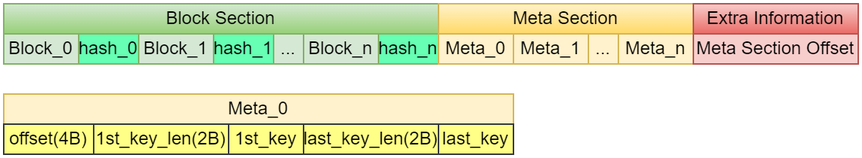
Before: src/images/lab3/SST.drawio.png, a diagram exported from draw.io (edidada/tiny-lsm). Source tidied: cells renumbered, new cells last; positions are measured from the earlier drawing's top-left corner, leaving out a move shared by most shapes. Source of this version:
```xml
<mxGraphModel>
  <root>
    <mxCell id="0" />
    <mxCell id="1" parent="0" />
    <mxCell id="2" value="&lt;div&gt;Block Section&lt;/div&gt;" style="rounded=0;whiteSpace=wrap;html=1;fillColor=#d5e8d4;strokeColor=#82b366;gradientColor=#97d077;" parent="1" vertex="1">
      <mxGeometry width="290" height="20" as="geometry" />
    </mxCell>
    <mxCell id="3" value="&lt;div&gt;Meta Section&lt;/div&gt;" style="rounded=0;whiteSpace=wrap;html=1;fillColor=#fff2cc;strokeColor=#d6b656;gradientColor=#ffd966;" parent="1" vertex="1">
      <mxGeometry x="290" width="170" height="20" as="geometry" />
    </mxCell>
    <mxCell id="4" value="&lt;div&gt;Block_0&lt;/div&gt;" style="rounded=0;whiteSpace=wrap;html=1;fillColor=#d5e8d4;strokeColor=#82b366;" parent="1" vertex="1">
      <mxGeometry y="20" width="50" height="20" as="geometry" />
    </mxCell>
    <mxCell id="5" value="&lt;div&gt;hash_0&lt;/div&gt;" style="rounded=0;whiteSpace=wrap;html=1;fillColor=#66FFB3;strokeColor=#82b366;" parent="1" vertex="1">
      <mxGeometry x="50" y="20" width="40" height="20" as="geometry" />
    </mxCell>
    <mxCell id="6" value="&lt;div&gt;Block_1&lt;/div&gt;" style="rounded=0;whiteSpace=wrap;html=1;fillColor=#d5e8d4;strokeColor=#82b366;" parent="1" vertex="1">
      <mxGeometry x="90" y="20" width="50" height="20" as="geometry" />
    </mxCell>
    <mxCell id="7" value="&lt;div&gt;hash_1&lt;/div&gt;" style="rounded=0;whiteSpace=wrap;html=1;fillColor=#66FFB3;strokeColor=#82b366;" parent="1" vertex="1">
      <mxGeometry x="140" y="20" width="40" height="20" as="geometry" />
    </mxCell>
    <mxCell id="8" value="&lt;div&gt;...&lt;/div&gt;" style="rounded=0;whiteSpace=wrap;html=1;fillColor=#d5e8d4;strokeColor=#82b366;" parent="1" vertex="1">
      <mxGeometry x="180" y="20" width="20" height="20" as="geometry" />
    </mxCell>
    <mxCell id="9" value="&lt;div&gt;Block_n&lt;/div&gt;" style="rounded=0;whiteSpace=wrap;html=1;fillColor=#d5e8d4;strokeColor=#82b366;" parent="1" vertex="1">
      <mxGeometry x="200" y="20" width="50" height="20" as="geometry" />
    </mxCell>
    <mxCell id="10" value="&lt;div&gt;hash_n&lt;/div&gt;" style="rounded=0;whiteSpace=wrap;html=1;fillColor=#66FFB3;strokeColor=#82b366;" parent="1" vertex="1">
      <mxGeometry x="250" y="20" width="40" height="20" as="geometry" />
    </mxCell>
    <mxCell id="11" value="&lt;div&gt;Meta_0&lt;/div&gt;" style="rounded=0;whiteSpace=wrap;html=1;fillColor=#fff2cc;strokeColor=#d6b656;" parent="1" vertex="1">
      <mxGeometry x="290" y="20" width="50" height="20" as="geometry" />
    </mxCell>
    <mxCell id="12" value="&lt;div&gt;Meta_1&lt;/div&gt;" style="rounded=0;whiteSpace=wrap;html=1;fillColor=#fff2cc;strokeColor=#d6b656;" parent="1" vertex="1">
      <mxGeometry x="340" y="20" width="50" height="20" as="geometry" />
    </mxCell>
    <mxCell id="13" value="&lt;div&gt;Meta_n&lt;/div&gt;" style="rounded=0;whiteSpace=wrap;html=1;fillColor=#fff2cc;strokeColor=#d6b656;" parent="1" vertex="1">
      <mxGeometry x="410" y="20" width="50" height="20" as="geometry" />
    </mxCell>
    <mxCell id="14" value="&lt;div&gt;...&lt;/div&gt;" style="rounded=0;whiteSpace=wrap;html=1;fillColor=#fff2cc;strokeColor=#d6b656;" parent="1" vertex="1">
      <mxGeometry x="390" y="20" width="20" height="20" as="geometry" />
    </mxCell>
    <mxCell id="15" value="&lt;div&gt;Extra Information&lt;/div&gt;" style="rounded=0;whiteSpace=wrap;html=1;fillColor=#f8cecc;strokeColor=#b85450;gradientColor=#ea6b66;" parent="1" vertex="1">
      <mxGeometry x="460" width="110" height="20" as="geometry" />
    </mxCell>
    <mxCell id="16" value="Meta Section Offset" style="rounded=0;whiteSpace=wrap;html=1;fillColor=#f8cecc;strokeColor=#b85450;" parent="1" vertex="1">
      <mxGeometry x="460" y="20" width="110" height="20" as="geometry" />
    </mxCell>
    <mxCell id="17" value="&lt;div&gt;Meta_0&lt;/div&gt;" style="rounded=0;whiteSpace=wrap;html=1;fillColor=#fff2cc;strokeColor=#d6b656;" parent="1" vertex="1">
      <mxGeometry y="60" width="340" height="20" as="geometry" />
    </mxCell>
    <mxCell id="18" value="&lt;div&gt;offset(4B)&lt;/div&gt;" style="rounded=0;whiteSpace=wrap;html=1;fillColor=#ffff88;strokeColor=#36393d;" parent="1" vertex="1">
      <mxGeometry y="80" width="60" height="20" as="geometry" />
    </mxCell>
    <mxCell id="19" value="&lt;div&gt;1st_key_len(2B)&lt;/div&gt;" style="rounded=0;whiteSpace=wrap;html=1;fillColor=#ffff88;strokeColor=#36393d;" parent="1" vertex="1">
      <mxGeometry x="60" y="80" width="90" height="20" as="geometry" />
    </mxCell>
    <mxCell id="20" value="&lt;div&gt;1st_key&lt;/div&gt;" style="rounded=0;whiteSpace=wrap;html=1;fillColor=#ffff88;strokeColor=#36393d;" parent="1" vertex="1">
      <mxGeometry x="150" y="80" width="50" height="20" as="geometry" />
    </mxCell>
    <mxCell id="21" value="&lt;div&gt;last_key_len(2B)&lt;/div&gt;" style="rounded=0;whiteSpace=wrap;html=1;fillColor=#ffff88;strokeColor=#36393d;" parent="1" vertex="1">
      <mxGeometry x="200" y="80" width="90" height="20" as="geometry" />
    </mxCell>
    <mxCell id="22" value="&lt;div&gt;last_key&lt;/div&gt;" style="rounded=0;whiteSpace=wrap;html=1;fillColor=#ffff88;strokeColor=#36393d;" parent="1" vertex="1">
      <mxGeometry x="290" y="80" width="50" height="20" as="geometry" />
    </mxCell>
  </root>
</mxGraphModel>
```
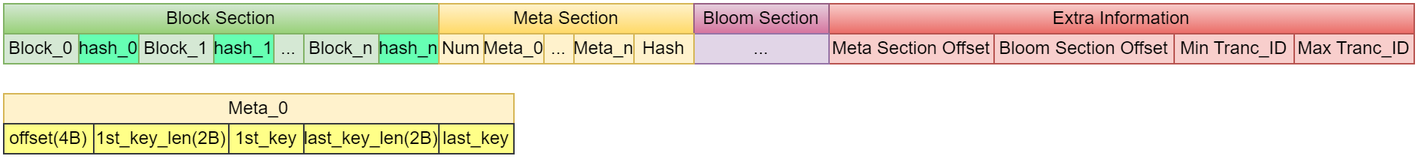
The same file after the commit.

What changed in the source:
```diff
@@ -29,27 +29,27 @@
     <mxCell id="10" value="&lt;div&gt;hash_n&lt;/div&gt;" style="rounded=0;whiteSpace=wrap;html=1;fillColor=#66FFB3;strokeColor=#82b366;" parent="1" vertex="1">
       <mxGeometry x="250" y="20" width="40" height="20" as="geometry" />
     </mxCell>
-    <mxCell id="11" value="&lt;div&gt;Meta_0&lt;/div&gt;" style="rounded=0;whiteSpace=wrap;html=1;fillColor=#fff2cc;strokeColor=#d6b656;" parent="1" vertex="1">
-      <mxGeometry x="290" y="20" width="50" height="20" as="geometry" />
-    </mxCell>
-    <mxCell id="12" value="&lt;div&gt;Meta_1&lt;/div&gt;" style="rounded=0;whiteSpace=wrap;html=1;fillColor=#fff2cc;strokeColor=#d6b656;" parent="1" vertex="1">
-      <mxGeometry x="340" y="20" width="50" height="20" as="geometry" />
-    </mxCell>
+    <mxCell id="23" value="&lt;div&gt;Num&lt;/div&gt;" style="rounded=0;whiteSpace=wrap;html=1;fillColor=#fff2cc;strokeColor=#d6b656;" parent="1" vertex="1">
+      <mxGeometry x="290" y="20" width="30" height="20" as="geometry" />
+    </mxCell>
+    <mxCell id="24" value="&lt;div&gt;Meta_0&lt;/div&gt;" style="rounded=0;whiteSpace=wrap;html=1;fillColor=#fff2cc;strokeColor=#d6b656;" parent="1" vertex="1">
+      <mxGeometry x="320" y="20" width="40" height="20" as="geometry" />
+    </mxCell>
     <mxCell id="13" value="&lt;div&gt;Meta_n&lt;/div&gt;" style="rounded=0;whiteSpace=wrap;html=1;fillColor=#fff2cc;strokeColor=#d6b656;" parent="1" vertex="1">
-      <mxGeometry x="410" y="20" width="50" height="20" as="geometry" />
+      <mxGeometry x="380" y="20" width="40" height="20" as="geometry" />
     </mxCell>
     <mxCell id="14" value="&lt;div&gt;...&lt;/div&gt;" style="rounded=0;whiteSpace=wrap;html=1;fillColor=#fff2cc;strokeColor=#d6b656;" parent="1" vertex="1">
-      <mxGeometry x="390" y="20" width="20" height="20" as="geometry" />
+      <mxGeometry x="360" y="20" width="20" height="20" as="geometry" />
     </mxCell>
     <mxCell id="15" value="&lt;div&gt;Extra Information&lt;/div&gt;" style="rounded=0;whiteSpace=wrap;html=1;fillColor=#f8cecc;strokeColor=#b85450;gradientColor=#ea6b66;" parent="1" vertex="1">
-      <mxGeometry x="460" width="110" height="20" as="geometry" />
+      <mxGeometry x="550" width="390" height="20" as="geometry" />
     </mxCell>
     <mxCell id="16" value="Meta Section Offset" style="rounded=0;whiteSpace=wrap;html=1;fillColor=#f8cecc;strokeColor=#b85450;" parent="1" vertex="1">
-      <mxGeometry x="460" y="20" width="110" height="20" as="geometry" />
+      <mxGeometry x="550" y="20" width="110" height="20" as="geometry" />
     </mxCell>
-    <mxCell id="17" value="&lt;div&gt;Meta_0&lt;/div&gt;" style="rounded=0;whiteSpace=wrap;html=1;fillColor=#fff2cc;strokeColor=#d6b656;" parent="1" vertex="1">
-      <mxGeometry y="60" width="340" height="20" as="geometry" />
-    </mxCell>
+    <mxCell id="25" value="&lt;div&gt;Meta_0&lt;/div&gt;" style="rounded=0;whiteSpace=wrap;html=1;fillColor=#fff2cc;strokeColor=#d6b656;" parent="1" vertex="1">
+      <mxGeometry y="60" width="340" height="20" as="geometry" />
+    </mxCell>
     <mxCell id="18" value="&lt;div&gt;offset(4B)&lt;/div&gt;" style="rounded=0;whiteSpace=wrap;html=1;fillColor=#ffff88;strokeColor=#36393d;" parent="1" vertex="1">
       <mxGeometry y="80" width="60" height="20" as="geometry" />
     </mxCell>
@@ -65,5 +65,23 @@
     <mxCell id="22" value="&lt;div&gt;last_key&lt;/div&gt;" style="rounded=0;whiteSpace=wrap;html=1;fillColor=#ffff88;strokeColor=#36393d;" parent="1" vertex="1">
       <mxGeometry x="290" y="80" width="50" height="20" as="geometry" />
     </mxCell>
+    <mxCell id="26" value="Bloom Section Offset" style="rounded=0;whiteSpace=wrap;html=1;fillColor=#f8cecc;strokeColor=#b85450;" parent="1" vertex="1">
+      <mxGeometry x="660" y="20" width="120" height="20" as="geometry" />
+    </mxCell>
+    <mxCell id="27" value="&lt;div&gt;Bloom Section&lt;/div&gt;" style="rounded=0;whiteSpace=wrap;html=1;fillColor=#e6d0de;strokeColor=#996185;gradientColor=#d5739d;" parent="1" vertex="1">
+      <mxGeometry x="460" width="90" height="20" as="geometry" />
+    </mxCell>
+    <mxCell id="28" value="..." style="rounded=0;whiteSpace=wrap;html=1;fillColor=#e1d5e7;strokeColor=#9673a6;" parent="1" vertex="1">
+      <mxGeometry x="460" y="20" width="90" height="20" as="geometry" />
+    </mxCell>
+    <mxCell id="29" value="Min Tranc_ID" style="rounded=0;whiteSpace=wrap;html=1;fillColor=#f8cecc;strokeColor=#b85450;" parent="1" vertex="1">
+      <mxGeometry x="780" y="20" width="80" height="20" as="geometry" />
+    </mxCell>
+    <mxCell id="30" value="Max Tranc_ID" style="rounded=0;whiteSpace=wrap;html=1;fillColor=#f8cecc;strokeColor=#b85450;" parent="1" vertex="1">
+      <mxGeometry x="860" y="20" width="80" height="20" as="geometry" />
+    </mxCell>
+    <mxCell id="31" value="&lt;div&gt;Hash&lt;/div&gt;" style="rounded=0;whiteSpace=wrap;html=1;fillColor=#fff2cc;strokeColor=#d6b656;" parent="1" vertex="1">
+      <mxGeometry x="420" y="20" width="40" height="20" as="geometry" />
+    </mxCell>
   </root>
 </mxGraphModel>
```
